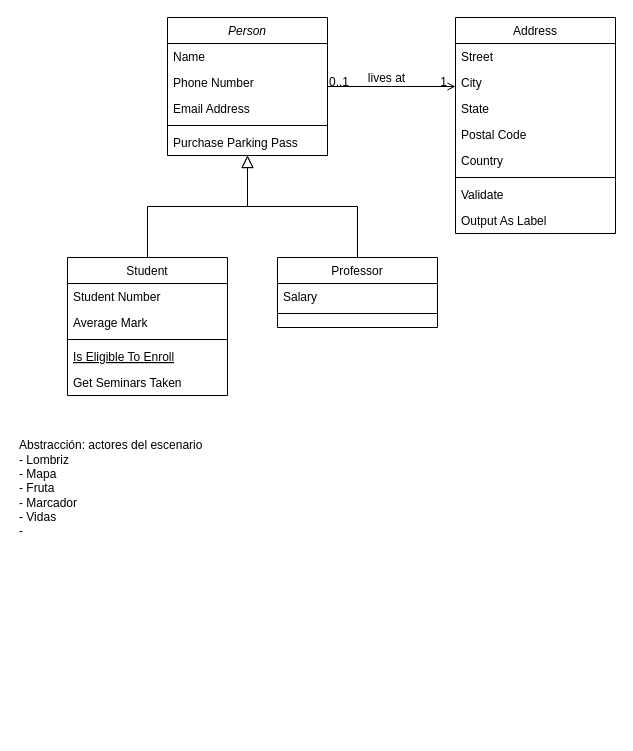
Juanels1918/LaboratorioI keeps this draw.io diagram as Untitled Diagram.drawio. Above is the earlier version. Source tidied: cells renumbered, new cells numbered last; positions are measured from the earlier drawing's top-left corner, leaving out a move shared by most shapes. Both pictures are drawn from the tidied source at 100%, with x=0, y=0 at pixel (17, 17).
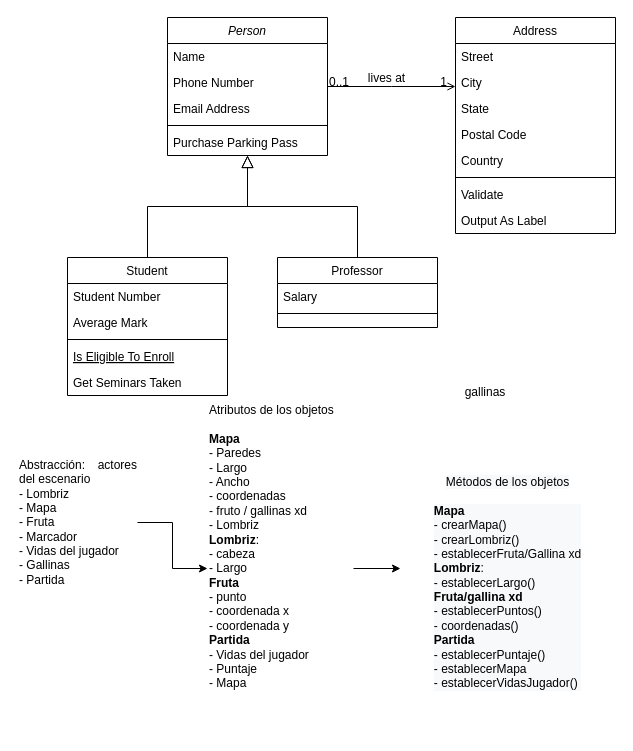
Above is the later version.

Change to the diagram source:
```diff
@@
+    <mxCell id="33" style="edgeStyle=orthogonalEdgeStyle;rounded=0;jettySize=auto;html=1;" parent="1" edge="1" source="32" target="36">
+      <mxGeometry relative="1" as="geometry" />
+    </mxCell>
-    <mxCell id="32" value="&lt;div style=&quot;text-align: justify&quot;&gt;&lt;span style=&quot;line-height: 1.2&quot;&gt;Abstracción: actores del escenario&lt;/span&gt;&lt;/div&gt;&lt;div style=&quot;text-align: justify&quot;&gt;&lt;span style=&quot;line-height: 1.2&quot;&gt;- Lombriz&lt;/span&gt;&lt;/div&gt;&lt;div style=&quot;text-align: justify&quot;&gt;- Mapa&lt;/div&gt;&lt;div style=&quot;text-align: justify&quot;&gt;- Fruta&lt;/div&gt;&lt;div style=&quot;text-align: justify&quot;&gt;- Marcador&lt;/div&gt;&lt;div style=&quot;text-align: justify&quot;&gt;- Vidas&lt;/div&gt;&lt;div style=&quot;text-align: justify&quot;&gt;-&amp;nbsp;&lt;/div&gt;" style="text;html=1;strokeColor=none;fillColor=none;align=left;verticalAlign=middle;whiteSpace=wrap;rounded=0;" parent="1" vertex="1">
-      <mxGeometry y="400" width="216" height="142" as="geometry" />
+    <mxCell id="32" value="&lt;div style=&quot;text-align: justify&quot;&gt;&lt;span style=&quot;line-height: 1.2&quot;&gt;Abstracción: actores del escenario&lt;/span&gt;&lt;/div&gt;&lt;div style=&quot;text-align: justify&quot;&gt;&lt;span style=&quot;line-height: 1.2&quot;&gt;- Lombriz&lt;/span&gt;&lt;/div&gt;&lt;div style=&quot;text-align: justify&quot;&gt;- Mapa&lt;/div&gt;&lt;div style=&quot;text-align: justify&quot;&gt;- Fruta&lt;/div&gt;&lt;div style=&quot;text-align: justify&quot;&gt;- Marcador&lt;/div&gt;&lt;div style=&quot;text-align: justify&quot;&gt;- Vidas del jugador&lt;/div&gt;&lt;div style=&quot;text-align: justify&quot;&gt;- Gallinas&lt;/div&gt;&lt;div style=&quot;text-align: justify&quot;&gt;- Partida&lt;/div&gt;" style="text;html=1;strokeColor=none;fillColor=none;align=left;verticalAlign=middle;whiteSpace=wrap;rounded=0;" parent="1" vertex="1">
+      <mxGeometry y="400" width="120" height="210" as="geometry" />
     </mxCell>
+    <mxCell id="34" value="gallinas" style="text;html=1;strokeColor=none;fillColor=none;align=center;verticalAlign=middle;whiteSpace=wrap;rounded=0;" parent="1" vertex="1">
+      <mxGeometry x="438" y="360" width="60" height="30" as="geometry" />
+    </mxCell>
+    <mxCell id="35" style="edgeStyle=orthogonalEdgeStyle;rounded=0;jettySize=auto;html=1;" parent="1" edge="1" source="36" target="37">
+      <mxGeometry relative="1" as="geometry" />
+    </mxCell>
+    <mxCell id="36" value="Atributos de los objetos&lt;br&gt;&lt;br&gt;&lt;div&gt;&lt;span&gt;&lt;b&gt;Mapa&lt;/b&gt;&lt;/span&gt;&lt;/div&gt;&lt;div&gt;&lt;span&gt;- Paredes&lt;/span&gt;&lt;/div&gt;&lt;div&gt;&lt;span&gt;- Largo&lt;/span&gt;&lt;/div&gt;&lt;div&gt;- Ancho&lt;/div&gt;&lt;div&gt;- coordenadas&lt;/div&gt;&lt;div&gt;- fruto / gallinas xd&lt;/div&gt;&lt;div&gt;- Lombriz&lt;/div&gt;&lt;div&gt;&lt;b&gt;Lombriz&lt;/b&gt;:&amp;nbsp;&lt;/div&gt;&lt;div&gt;- cabeza&lt;br&gt;- Largo&lt;/div&gt;&lt;div&gt;&lt;b&gt;Fruta&lt;/b&gt;&lt;/div&gt;&lt;div&gt;- punto&lt;/div&gt;&lt;div&gt;- coordenada x&lt;/div&gt;&lt;div&gt;- coordenada y&lt;/div&gt;&lt;div&gt;&lt;b&gt;Partida&lt;/b&gt;&lt;/div&gt;&lt;div&gt;- Vidas del jugador&lt;/div&gt;&lt;div&gt;- Puntaje&lt;/div&gt;&lt;div&gt;- Mapa&lt;/div&gt;&lt;div&gt;&lt;br&gt;&lt;/div&gt;&lt;div&gt;&lt;br&gt;&lt;/div&gt;&lt;div&gt;&lt;span&gt;&lt;br&gt;&lt;/span&gt;&lt;/div&gt;" style="text;html=1;strokeColor=none;fillColor=none;align=left;verticalAlign=middle;whiteSpace=wrap;rounded=0;" parent="1" vertex="1">
+      <mxGeometry x="190" y="420" width="146" height="262" as="geometry" />
+    </mxCell>
+    <mxCell id="37" value="&lt;br&gt;&lt;br&gt;&lt;span style=&quot;color: rgb(0 , 0 , 0) ; font-family: &amp;#34;helvetica&amp;#34; ; font-size: 12px ; font-style: normal ; font-weight: 400 ; letter-spacing: normal ; text-align: left ; text-indent: 0px ; text-transform: none ; word-spacing: 0px ; background-color: rgb(248 , 249 , 250) ; display: inline ; float: none&quot;&gt;Métodos de los objetos&lt;/span&gt;&lt;br style=&quot;color: rgb(0 , 0 , 0) ; font-family: &amp;#34;helvetica&amp;#34; ; font-size: 12px ; font-style: normal ; font-weight: 400 ; letter-spacing: normal ; text-align: left ; text-indent: 0px ; text-transform: none ; word-spacing: 0px ; background-color: rgb(248 , 249 , 250)&quot;&gt;&lt;br style=&quot;color: rgb(0 , 0 , 0) ; font-family: &amp;#34;helvetica&amp;#34; ; font-size: 12px ; font-style: normal ; font-weight: 400 ; letter-spacing: normal ; text-align: left ; text-indent: 0px ; text-transform: none ; word-spacing: 0px ; background-color: rgb(248 , 249 , 250)&quot;&gt;&lt;div style=&quot;color: rgb(0 , 0 , 0) ; font-family: &amp;#34;helvetica&amp;#34; ; font-size: 12px ; font-style: normal ; font-weight: 400 ; letter-spacing: normal ; text-align: left ; text-indent: 0px ; text-transform: none ; word-spacing: 0px ; background-color: rgb(248 , 249 , 250)&quot;&gt;&lt;span&gt;&lt;b&gt;Mapa&lt;/b&gt;&lt;/span&gt;&lt;/div&gt;&lt;div style=&quot;color: rgb(0 , 0 , 0) ; font-family: &amp;#34;helvetica&amp;#34; ; font-size: 12px ; font-style: normal ; font-weight: 400 ; letter-spacing: normal ; text-align: left ; text-indent: 0px ; text-transform: none ; word-spacing: 0px ; background-color: rgb(248 , 249 , 250)&quot;&gt;- crearMapa()&lt;/div&gt;&lt;div style=&quot;color: rgb(0 , 0 , 0) ; font-family: &amp;#34;helvetica&amp;#34; ; font-size: 12px ; font-style: normal ; font-weight: 400 ; letter-spacing: normal ; text-align: left ; text-indent: 0px ; text-transform: none ; word-spacing: 0px ; background-color: rgb(248 , 249 , 250)&quot;&gt;- crearLombriz()&lt;/div&gt;&lt;div style=&quot;color: rgb(0 , 0 , 0) ; font-family: &amp;#34;helvetica&amp;#34; ; font-size: 12px ; font-style: normal ; font-weight: 400 ; letter-spacing: normal ; text-align: left ; text-indent: 0px ; text-transform: none ; word-spacing: 0px ; background-color: rgb(248 , 249 , 250)&quot;&gt;- establecerFruta/Gallina xd&lt;/div&gt;&lt;div style=&quot;color: rgb(0 , 0 , 0) ; font-family: &amp;#34;helvetica&amp;#34; ; font-size: 12px ; font-style: normal ; font-weight: 400 ; letter-spacing: normal ; text-align: left ; text-indent: 0px ; text-transform: none ; word-spacing: 0px ; background-color: rgb(248 , 249 , 250)&quot;&gt;&lt;b&gt;Lombriz&lt;/b&gt;:&amp;nbsp;&lt;br&gt;- establecerLargo()&lt;/div&gt;&lt;div style=&quot;color: rgb(0 , 0 , 0) ; font-family: &amp;#34;helvetica&amp;#34; ; font-size: 12px ; font-style: normal ; font-weight: 400 ; letter-spacing: normal ; text-align: left ; text-indent: 0px ; text-transform: none ; word-spacing: 0px ; background-color: rgb(248 , 249 , 250)&quot;&gt;&lt;b&gt;Fruta/gallina xd&lt;/b&gt;&lt;/div&gt;&lt;div style=&quot;color: rgb(0 , 0 , 0) ; font-family: &amp;#34;helvetica&amp;#34; ; font-size: 12px ; font-style: normal ; font-weight: 400 ; letter-spacing: normal ; text-align: left ; text-indent: 0px ; text-transform: none ; word-spacing: 0px ; background-color: rgb(248 , 249 , 250)&quot;&gt;- establecerPuntos()&lt;/div&gt;&lt;div style=&quot;color: rgb(0 , 0 , 0) ; font-family: &amp;#34;helvetica&amp;#34; ; font-size: 12px ; font-style: normal ; font-weight: 400 ; letter-spacing: normal ; text-align: left ; text-indent: 0px ; text-transform: none ; word-spacing: 0px ; background-color: rgb(248 , 249 , 250)&quot;&gt;- coordenadas()&lt;/div&gt;&lt;div style=&quot;color: rgb(0 , 0 , 0) ; font-family: &amp;#34;helvetica&amp;#34; ; font-size: 12px ; font-style: normal ; font-weight: 400 ; letter-spacing: normal ; text-align: left ; text-indent: 0px ; text-transform: none ; word-spacing: 0px ; background-color: rgb(248 , 249 , 250)&quot;&gt;&lt;b&gt;Partida&lt;/b&gt;&lt;/div&gt;&lt;div style=&quot;color: rgb(0 , 0 , 0) ; font-family: &amp;#34;helvetica&amp;#34; ; font-size: 12px ; font-style: normal ; font-weight: 400 ; letter-spacing: normal ; text-align: left ; text-indent: 0px ; text-transform: none ; word-spacing: 0px ; background-color: rgb(248 , 249 , 250)&quot;&gt;- establecerPuntaje()&lt;/div&gt;&lt;div style=&quot;color: rgb(0 , 0 , 0) ; font-family: &amp;#34;helvetica&amp;#34; ; font-size: 12px ; font-style: normal ; font-weight: 400 ; letter-spacing: normal ; text-align: left ; text-indent: 0px ; text-transform: none ; word-spacing: 0px ; background-color: rgb(248 , 249 , 250)&quot;&gt;- establecerMapa&lt;/div&gt;&lt;div style=&quot;color: rgb(0 , 0 , 0) ; font-family: &amp;#34;helvetica&amp;#34; ; font-size: 12px ; font-style: normal ; font-weight: 400 ; letter-spacing: normal ; text-align: left ; text-indent: 0px ; text-transform: none ; word-spacing: 0px ; background-color: rgb(248 , 249 , 250)&quot;&gt;- establecerVidasJugador()&lt;/div&gt;" style="text;html=1;strokeColor=none;fillColor=none;align=center;verticalAlign=middle;whiteSpace=wrap;rounded=0;" parent="1" vertex="1">
+      <mxGeometry x="383" y="414" width="215" height="274" as="geometry" />
+    </mxCell>
```
